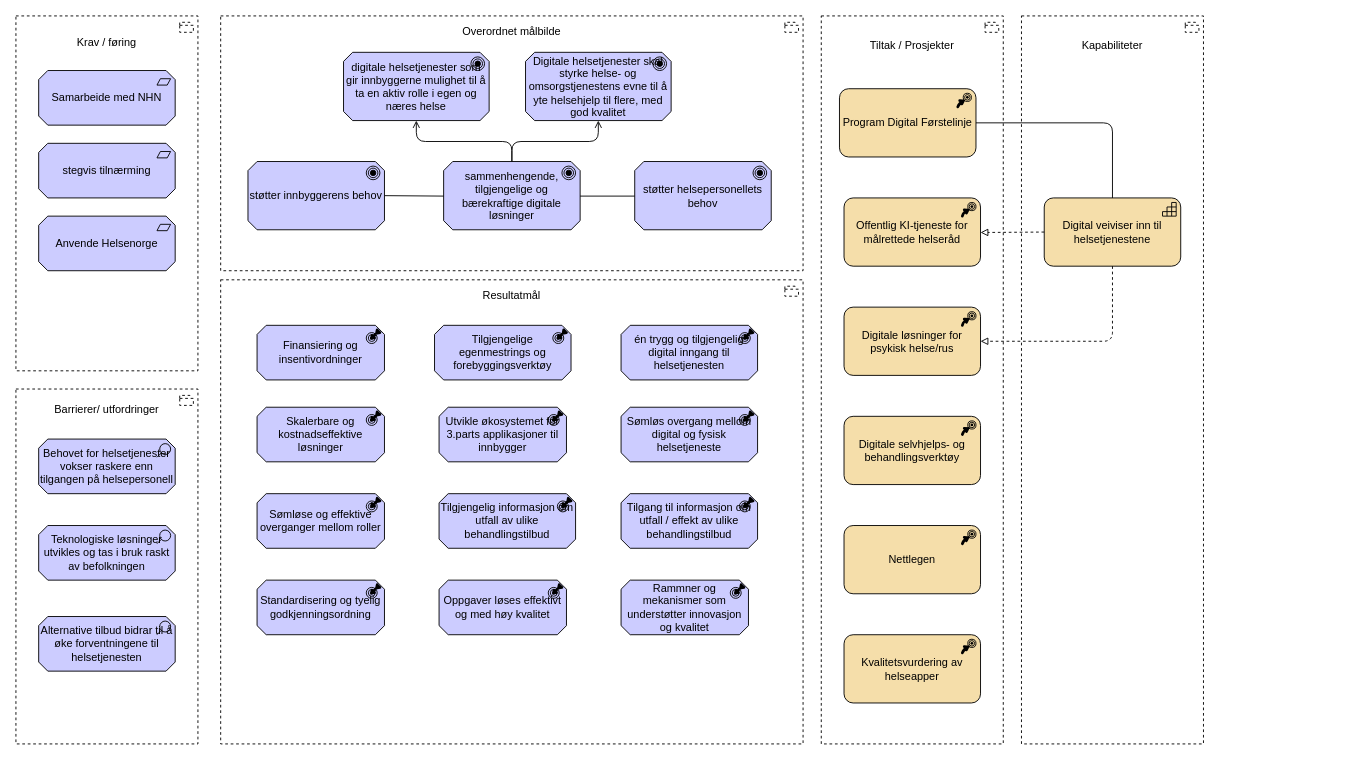
hdir/Digital-Forstelinje keeps this draw.io diagram as page "goals-program" (2 of 7) of docs/interessent/motivasjon-interessent.drawio. Above is the earlier version. Source tidied: cells renumbered, new cells numbered last; positions are measured from the earlier drawing's top-left corner, leaving out a move shared by most shapes. Both pictures are drawn from the tidied source at 91%, with x=0, y=0 at pixel (15, 15).
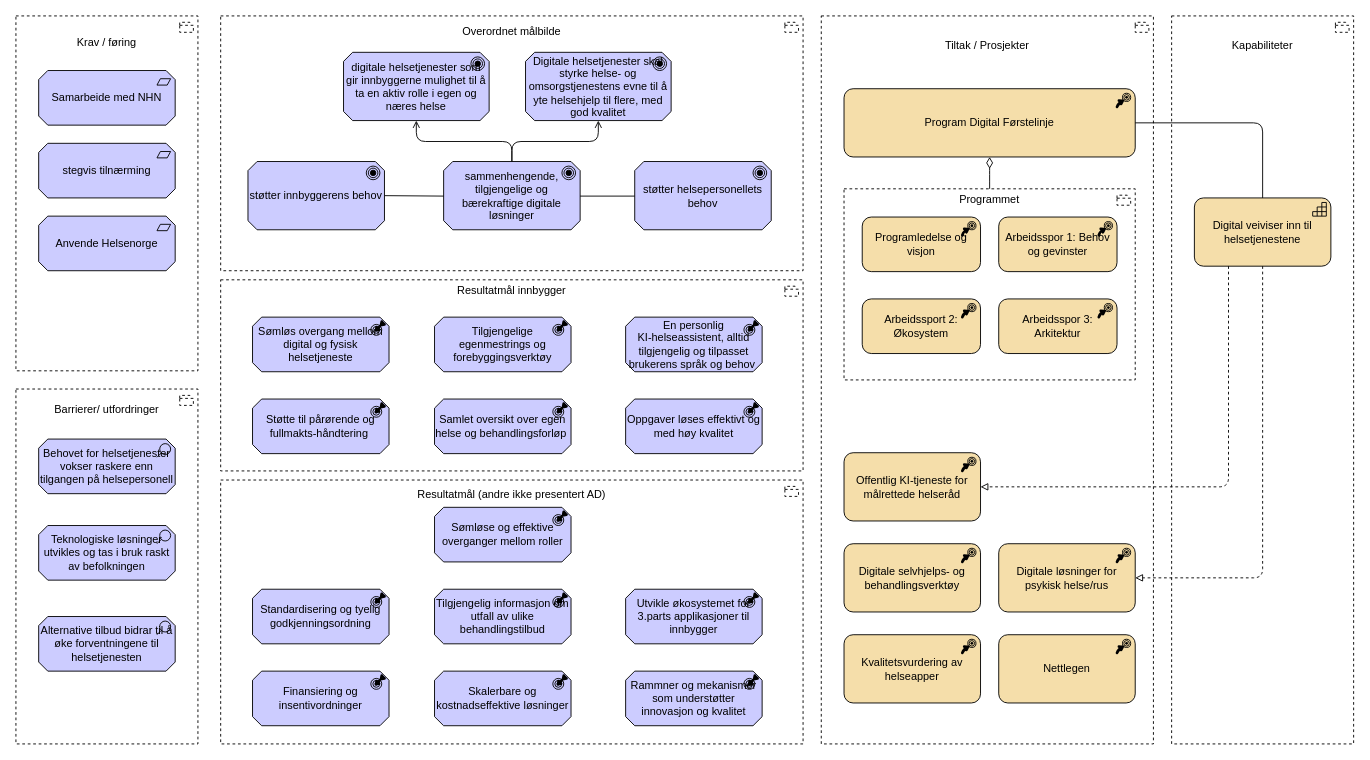
The same diagram, later.

The edit, as a diff of the source:
```diff
@@
     <mxCell id="2" value="Tiltak / Prosjekter&lt;div&gt;&lt;br&gt;&lt;/div&gt;&lt;div&gt;&lt;br&gt;&lt;/div&gt;&lt;div&gt;&lt;br&gt;&lt;/div&gt;&lt;div&gt;&lt;br&gt;&lt;/div&gt;&lt;div&gt;&lt;br&gt;&lt;/div&gt;&lt;div&gt;&lt;br&gt;&lt;/div&gt;&lt;div&gt;&lt;br&gt;&lt;/div&gt;&lt;div&gt;&lt;br&gt;&lt;/div&gt;&lt;div&gt;&lt;br&gt;&lt;/div&gt;&lt;div&gt;&lt;br&gt;&lt;/div&gt;&lt;div&gt;&lt;br&gt;&lt;/div&gt;&lt;div&gt;&lt;br&gt;&lt;/div&gt;&lt;div&gt;&lt;br&gt;&lt;/div&gt;&lt;div&gt;&lt;br&gt;&lt;/div&gt;&lt;div&gt;&lt;br&gt;&lt;/div&gt;&lt;div&gt;&lt;br&gt;&lt;/div&gt;&lt;div&gt;&lt;br&gt;&lt;/div&gt;&lt;div&gt;&lt;br&gt;&lt;/div&gt;&lt;div&gt;&lt;br&gt;&lt;/div&gt;&lt;div&gt;&lt;br&gt;&lt;/div&gt;&lt;div&gt;&lt;br&gt;&lt;/div&gt;&lt;div&gt;&lt;br&gt;&lt;/div&gt;&lt;div&gt;&lt;br&gt;&lt;/div&gt;&lt;div&gt;&lt;br&gt;&lt;/div&gt;&lt;div&gt;&lt;br&gt;&lt;/div&gt;&lt;div&gt;&lt;br&gt;&lt;/div&gt;&lt;div&gt;&lt;br&gt;&lt;/div&gt;&lt;div&gt;&lt;br&gt;&lt;/div&gt;&lt;div&gt;&lt;br&gt;&lt;/div&gt;&lt;div&gt;&lt;br&gt;&lt;/div&gt;&lt;div&gt;&lt;br&gt;&lt;/div&gt;&lt;div&gt;&lt;br&gt;&lt;/div&gt;&lt;div&gt;&lt;br&gt;&lt;/div&gt;&lt;div&gt;&lt;br&gt;&lt;/div&gt;&lt;div&gt;&lt;br&gt;&lt;/div&gt;&lt;div&gt;&lt;br&gt;&lt;/div&gt;&lt;div&gt;&lt;br&gt;&lt;/div&gt;&lt;div&gt;&lt;br&gt;&lt;/div&gt;&lt;div&gt;&lt;br&gt;&lt;/div&gt;&lt;div&gt;&lt;br&gt;&lt;/div&gt;&lt;div&gt;&lt;br&gt;&lt;/div&gt;&lt;div&gt;&lt;br&gt;&lt;/div&gt;&lt;div&gt;&lt;br&gt;&lt;/div&gt;&lt;div&gt;&lt;br&gt;&lt;/div&gt;&lt;div&gt;&lt;br&gt;&lt;/div&gt;&lt;div&gt;&lt;br&gt;&lt;/div&gt;&lt;div&gt;&lt;br&gt;&lt;/div&gt;&lt;div&gt;&lt;br&gt;&lt;/div&gt;&lt;div&gt;&lt;br&gt;&lt;/div&gt;&lt;div&gt;&lt;br&gt;&lt;/div&gt;&lt;div&gt;&lt;br&gt;&lt;/div&gt;" style="html=1;whiteSpace=wrap;shape=mxgraph.archimate3.application;appType=grouping;archiType=square;dashed=1;fillColor=none;" parent="1" vertex="1">
-      <mxGeometry x="885" width="200" height="800" as="geometry" />
+      <mxGeometry x="885" width="365" height="800" as="geometry" />
     </mxCell>
+    <mxCell id="45" value="&lt;div&gt;Programmet&lt;/div&gt;&lt;div&gt;&lt;br&gt;&lt;/div&gt;&lt;div&gt;&lt;br&gt;&lt;/div&gt;&lt;div&gt;&lt;br&gt;&lt;/div&gt;&lt;div&gt;&lt;br&gt;&lt;/div&gt;&lt;div&gt;&lt;br&gt;&lt;/div&gt;&lt;div&gt;&lt;br&gt;&lt;/div&gt;&lt;div&gt;&lt;br&gt;&lt;/div&gt;&lt;div&gt;&lt;br&gt;&lt;/div&gt;&lt;div&gt;&lt;br&gt;&lt;/div&gt;&lt;div&gt;&lt;br&gt;&lt;/div&gt;&lt;div&gt;&lt;br&gt;&lt;/div&gt;&lt;div&gt;&lt;br&gt;&lt;/div&gt;&lt;div&gt;&lt;br&gt;&lt;/div&gt;" style="html=1;outlineConnect=0;whiteSpace=wrap;shape=mxgraph.archimate3.application;appType=grouping;archiType=square;dashed=1;fillColor=none;" parent="1" vertex="1">
+      <mxGeometry x="910" y="190" width="320" height="210" as="geometry" />
+    </mxCell>
     <mxCell id="3" value="&lt;div&gt;Kapabiliteter&lt;/div&gt;&lt;div&gt;&lt;br&gt;&lt;/div&gt;&lt;div&gt;&lt;br&gt;&lt;/div&gt;&lt;div&gt;&lt;br&gt;&lt;/div&gt;&lt;div&gt;&lt;br&gt;&lt;/div&gt;&lt;div&gt;&lt;br&gt;&lt;/div&gt;&lt;div&gt;&lt;br&gt;&lt;/div&gt;&lt;div&gt;&lt;br&gt;&lt;/div&gt;&lt;div&gt;&lt;br&gt;&lt;/div&gt;&lt;div&gt;&lt;br&gt;&lt;/div&gt;&lt;div&gt;&lt;br&gt;&lt;/div&gt;&lt;div&gt;&lt;br&gt;&lt;/div&gt;&lt;div&gt;&lt;br&gt;&lt;/div&gt;&lt;div&gt;&lt;br&gt;&lt;/div&gt;&lt;div&gt;&lt;br&gt;&lt;/div&gt;&lt;div&gt;&lt;br&gt;&lt;/div&gt;&lt;div&gt;&lt;br&gt;&lt;/div&gt;&lt;div&gt;&lt;br&gt;&lt;/div&gt;&lt;div&gt;&lt;br&gt;&lt;/div&gt;&lt;div&gt;&lt;br&gt;&lt;/div&gt;&lt;div&gt;&lt;br&gt;&lt;/div&gt;&lt;div&gt;&lt;br&gt;&lt;/div&gt;&lt;div&gt;&lt;br&gt;&lt;/div&gt;&lt;div&gt;&lt;br&gt;&lt;/div&gt;&lt;div&gt;&lt;br&gt;&lt;/div&gt;&lt;div&gt;&lt;br&gt;&lt;/div&gt;&lt;div&gt;&lt;br&gt;&lt;/div&gt;&lt;div&gt;&lt;br&gt;&lt;/div&gt;&lt;div&gt;&lt;br&gt;&lt;/div&gt;&lt;div&gt;&lt;br&gt;&lt;/div&gt;&lt;div&gt;&lt;br&gt;&lt;/div&gt;&lt;div&gt;&lt;br&gt;&lt;/div&gt;&lt;div&gt;&lt;br&gt;&lt;/div&gt;&lt;div&gt;&lt;br&gt;&lt;/div&gt;&lt;div&gt;&lt;br&gt;&lt;/div&gt;&lt;div&gt;&lt;br&gt;&lt;/div&gt;&lt;div&gt;&lt;br&gt;&lt;/div&gt;&lt;div&gt;&lt;br&gt;&lt;/div&gt;&lt;div&gt;&lt;br&gt;&lt;/div&gt;&lt;div&gt;&lt;br&gt;&lt;/div&gt;&lt;div&gt;&lt;br&gt;&lt;/div&gt;&lt;div&gt;&lt;br&gt;&lt;/div&gt;&lt;div&gt;&lt;br&gt;&lt;/div&gt;&lt;div&gt;&lt;br&gt;&lt;/div&gt;&lt;div&gt;&lt;br&gt;&lt;/div&gt;&lt;div&gt;&lt;br&gt;&lt;/div&gt;&lt;div&gt;&lt;br&gt;&lt;/div&gt;&lt;div&gt;&lt;br&gt;&lt;/div&gt;&lt;div&gt;&lt;br&gt;&lt;/div&gt;&lt;div&gt;&lt;br&gt;&lt;/div&gt;&lt;div&gt;&lt;br&gt;&lt;/div&gt;&lt;div&gt;&lt;br&gt;&lt;/div&gt;" style="html=1;whiteSpace=wrap;shape=mxgraph.archimate3.application;appType=grouping;archiType=square;dashed=1;fillColor=none;" parent="1" vertex="1">
-      <mxGeometry x="1105" width="200" height="800" as="geometry" />
+      <mxGeometry x="1270" width="200" height="800" as="geometry" />
     </mxCell>
@@
-    <mxCell id="5" value="Resultatmål&lt;div&gt;&lt;br&gt;&lt;/div&gt;&lt;div&gt;&lt;br&gt;&lt;/div&gt;&lt;div&gt;&lt;br&gt;&lt;/div&gt;&lt;div&gt;&lt;br&gt;&lt;/div&gt;&lt;div&gt;&lt;br&gt;&lt;/div&gt;&lt;div&gt;&lt;br&gt;&lt;/div&gt;&lt;div&gt;&lt;br&gt;&lt;/div&gt;&lt;div&gt;&lt;br&gt;&lt;/div&gt;&lt;div&gt;&lt;br&gt;&lt;/div&gt;&lt;div&gt;&lt;br&gt;&lt;/div&gt;&lt;div&gt;&lt;br&gt;&lt;/div&gt;&lt;div&gt;&lt;br&gt;&lt;/div&gt;&lt;div&gt;&lt;br&gt;&lt;/div&gt;&lt;div&gt;&lt;br&gt;&lt;/div&gt;&lt;div&gt;&lt;br&gt;&lt;/div&gt;&lt;div&gt;&lt;br&gt;&lt;/div&gt;&lt;div&gt;&lt;br&gt;&lt;/div&gt;&lt;div&gt;&lt;br&gt;&lt;/div&gt;&lt;div&gt;&lt;br&gt;&lt;/div&gt;&lt;div&gt;&lt;br&gt;&lt;/div&gt;&lt;div&gt;&lt;br&gt;&lt;/div&gt;&lt;div&gt;&lt;br&gt;&lt;/div&gt;&lt;div&gt;&lt;br&gt;&lt;/div&gt;&lt;div&gt;&lt;br&gt;&lt;/div&gt;&lt;div&gt;&lt;br&gt;&lt;/div&gt;&lt;div&gt;&lt;br&gt;&lt;/div&gt;&lt;div&gt;&lt;br&gt;&lt;/div&gt;&lt;div&gt;&lt;br&gt;&lt;/div&gt;&lt;div&gt;&lt;br&gt;&lt;/div&gt;&lt;div&gt;&lt;br&gt;&lt;/div&gt;&lt;div&gt;&lt;br&gt;&lt;/div&gt;&lt;div&gt;&lt;br&gt;&lt;/div&gt;&lt;div&gt;&lt;br&gt;&lt;/div&gt;" style="html=1;whiteSpace=wrap;shape=mxgraph.archimate3.application;appType=grouping;archiType=square;dashed=1;fillColor=none;" parent="1" vertex="1">
-      <mxGeometry x="225" y="290" width="640" height="510" as="geometry" />
+    <mxCell id="5" value="Resultatmål innbygger&lt;div&gt;&lt;br&gt;&lt;/div&gt;&lt;div&gt;&lt;br&gt;&lt;/div&gt;&lt;div&gt;&lt;br&gt;&lt;/div&gt;&lt;div&gt;&lt;br&gt;&lt;/div&gt;&lt;div&gt;&lt;br&gt;&lt;/div&gt;&lt;div&gt;&lt;br&gt;&lt;/div&gt;&lt;div&gt;&lt;br&gt;&lt;/div&gt;&lt;div&gt;&lt;br&gt;&lt;/div&gt;&lt;div&gt;&lt;br&gt;&lt;/div&gt;&lt;div&gt;&lt;br&gt;&lt;/div&gt;&lt;div&gt;&lt;br&gt;&lt;/div&gt;&lt;div&gt;&lt;br&gt;&lt;/div&gt;&lt;div&gt;&lt;br&gt;&lt;/div&gt;" style="html=1;whiteSpace=wrap;shape=mxgraph.archimate3.application;appType=grouping;archiType=square;dashed=1;fillColor=none;" parent="1" vertex="1">
+      <mxGeometry x="225" y="290" width="640" height="210" as="geometry" />
     </mxCell>
     <mxCell id="6" value="&lt;span style=&quot;color: rgb(0, 0, 0);&quot;&gt;Sømløs overgang mellom digital og fysisk helsetjeneste&lt;/span&gt;" style="html=1;whiteSpace=wrap;fillColor=#CCCCFF;shape=mxgraph.archimate3.application;appType=outcome;archiType=oct;" parent="1" vertex="1">
-      <mxGeometry x="665" y="430" width="150" height="60" as="geometry" />
+      <mxGeometry x="260" y="331" width="150" height="60" as="geometry" />
     </mxCell>
     <mxCell id="7" value="Tilgjengelige egenmestrings og forebyggingsverktøy" style="html=1;whiteSpace=wrap;fillColor=#CCCCFF;shape=mxgraph.archimate3.application;appType=outcome;archiType=oct;" parent="1" vertex="1">
-      <mxGeometry x="460" y="340" width="150" height="60" as="geometry" />
+      <mxGeometry x="460" y="331" width="150" height="60" as="geometry" />
     </mxCell>
-    <mxCell id="8" value="én trygg og tilgjengelig digital inngang til helsetjenesten" style="html=1;whiteSpace=wrap;fillColor=#CCCCFF;shape=mxgraph.archimate3.application;appType=outcome;archiType=oct;" parent="1" vertex="1">
-      <mxGeometry x="665" y="340" width="150" height="60" as="geometry" />
+    <mxCell id="8" value="En personlig KI‑helseassistent, alltid tilgjengelig og tilpasset brukerens språk og behov&amp;nbsp;" style="html=1;whiteSpace=wrap;fillColor=#CCCCFF;shape=mxgraph.archimate3.application;appType=outcome;archiType=oct;" parent="1" vertex="1">
+      <mxGeometry x="670" y="331" width="150" height="60" as="geometry" />
     </mxCell>
@@
     <mxCell id="14" value="Offentlig KI-tjeneste for målrettede helseråd" style="html=1;outlineConnect=0;whiteSpace=wrap;fillColor=#F5DEAA;shape=mxgraph.archimate3.application;appType=course;archiType=rounded;" parent="1" vertex="1">
-      <mxGeometry x="910" y="200" width="150" height="75" as="geometry" />
+      <mxGeometry x="910" y="480" width="150" height="75" as="geometry" />
     </mxCell>
     <mxCell id="15" value="Digitale løsninger for psykisk helse/rus" style="html=1;outlineConnect=0;whiteSpace=wrap;fillColor=#F5DEAA;shape=mxgraph.archimate3.application;appType=course;archiType=rounded;" parent="1" vertex="1">
-      <mxGeometry x="910" y="320" width="150" height="75" as="geometry" />
+      <mxGeometry x="1080" y="580" width="150" height="75" as="geometry" />
     </mxCell>
     <mxCell id="16" value="Nettlegen" style="html=1;whiteSpace=wrap;fillColor=#F5DEAA;shape=mxgraph.archimate3.application;appType=course;archiType=rounded;" parent="1" vertex="1">
-      <mxGeometry x="910" y="560" width="150" height="75" as="geometry" />
+      <mxGeometry x="1080" y="680" width="150" height="75" as="geometry" />
     </mxCell>
@@
-    <mxCell id="20" value="Tilgang til informasjon om utfall / effekt av ulike behandlingstilbud" style="html=1;whiteSpace=wrap;fillColor=#CCCCFF;shape=mxgraph.archimate3.application;appType=outcome;archiType=oct;" parent="1" vertex="1">
-      <mxGeometry x="665" y="525" width="150" height="60" as="geometry" />
-    </mxCell>
     <mxCell id="21" value="Sømløse og effektive overganger mellom roller" style="html=1;whiteSpace=wrap;fillColor=#CCCCFF;shape=mxgraph.archimate3.application;appType=outcome;archiType=oct;" parent="1" vertex="1">
-      <mxGeometry x="265" y="525" width="140" height="60" as="geometry" />
+      <mxGeometry x="460" y="540" width="150" height="60" as="geometry" />
     </mxCell>
     <mxCell id="22" value="Oppgaver løses effektivt og med høy kvalitet" style="html=1;whiteSpace=wrap;fillColor=#CCCCFF;shape=mxgraph.archimate3.application;appType=outcome;archiType=oct;" parent="1" vertex="1">
-      <mxGeometry x="465" y="620" width="140" height="60" as="geometry" />
+      <mxGeometry x="670" y="421" width="150" height="60" as="geometry" />
     </mxCell>
-    <mxCell id="23" value="Tilgjengelig informasjon om utfall av ulike behandlingstilbud" style="html=1;whiteSpace=wrap;fillColor=#CCCCFF;shape=mxgraph.archimate3.application;appType=outcome;archiType=oct;" parent="1" vertex="1">
-      <mxGeometry x="465" y="525" width="150" height="60" as="geometry" />
-    </mxCell>
     <mxCell id="24" value="Standardisering og tyelig godkjenningsordning" style="html=1;whiteSpace=wrap;fillColor=#CCCCFF;shape=mxgraph.archimate3.application;appType=outcome;archiType=oct;" parent="1" vertex="1">
-      <mxGeometry x="265" y="620" width="140" height="60" as="geometry" />
+      <mxGeometry x="260" y="630" width="150" height="60" as="geometry" />
     </mxCell>
     <mxCell id="25" value="Finansiering og insentivordninger" style="html=1;whiteSpace=wrap;fillColor=#CCCCFF;shape=mxgraph.archimate3.application;appType=outcome;archiType=oct;" parent="1" vertex="1">
-      <mxGeometry x="265" y="340" width="140" height="60" as="geometry" />
+      <mxGeometry x="260" y="720" width="150" height="60" as="geometry" />
     </mxCell>
     <mxCell id="26" value="Skalerbare og kostnadseffektive løsninger" style="html=1;whiteSpace=wrap;fillColor=#CCCCFF;shape=mxgraph.archimate3.application;appType=outcome;archiType=oct;" parent="1" vertex="1">
-      <mxGeometry x="265" y="430" width="140" height="60" as="geometry" />
+      <mxGeometry x="460" y="720" width="150" height="60" as="geometry" />
     </mxCell>
     <mxCell id="27" value="Utvikle økosystemet for 3.parts applikasjoner til innbygger" style="html=1;whiteSpace=wrap;fillColor=#CCCCFF;shape=mxgraph.archimate3.application;appType=outcome;archiType=oct;" parent="1" vertex="1">
-      <mxGeometry x="465" y="430" width="140" height="60" as="geometry" />
+      <mxGeometry x="670" y="630" width="150" height="60" as="geometry" />
     </mxCell>
     <mxCell id="28" value="Rammner og mekanismer som understøtter innovasjon og kvalitet" style="html=1;whiteSpace=wrap;fillColor=#CCCCFF;shape=mxgraph.archimate3.application;appType=outcome;archiType=oct;" parent="1" vertex="1">
-      <mxGeometry x="665" y="620" width="140" height="60" as="geometry" />
+      <mxGeometry x="670" y="720" width="150" height="60" as="geometry" />
     </mxCell>
@@
     <mxCell id="30" value="&lt;span style=&quot;color: rgb(0, 0, 0);&quot;&gt;Digital veiviser inn til helsetjenestene&lt;/span&gt;" style="html=1;outlineConnect=0;whiteSpace=wrap;fillColor=#F5DEAA;shape=mxgraph.archimate3.application;appType=capability;archiType=rounded;" parent="1" vertex="1">
-      <mxGeometry x="1130" y="200" width="150" height="75" as="geometry" />
+      <mxGeometry x="1295" y="200" width="150" height="75" as="geometry" />
     </mxCell>
@@
-    <mxCell id="32" style="edgeStyle=elbowEdgeStyle;html=1;endArrow=block;elbow=vertical;endFill=0;dashed=1;entryX=1;entryY=0.5;entryDx=0;entryDy=0;entryPerimeter=0;exitX=0;exitY=0.5;exitDx=0;exitDy=0;exitPerimeter=0;" parent="1" edge="1" source="30" target="14">
+    <mxCell id="32" style="edgeStyle=orthogonalEdgeStyle;html=1;endArrow=block;elbow=vertical;endFill=0;dashed=1;entryX=1;entryY=0.5;entryDx=0;entryDy=0;entryPerimeter=0;exitX=0.25;exitY=1;exitDx=0;exitDy=0;exitPerimeter=0;" parent="1" edge="1" source="30" target="14">
       <mxGeometry relative="1" as="geometry" />
     </mxCell>
     <mxCell id="33" value="Program Digital Førstelinje" style="html=1;outlineConnect=0;whiteSpace=wrap;fillColor=#F5DEAA;shape=mxgraph.archimate3.application;appType=course;archiType=rounded;" parent="1" vertex="1">
-      <mxGeometry x="905" y="80" width="150" height="75" as="geometry" />
+      <mxGeometry x="910" y="80" width="320" height="75" as="geometry" />
     </mxCell>
@@
     <mxCell id="40" value="Digitale selvhjelps- og behandlingsverktøy" style="html=1;whiteSpace=wrap;fillColor=#F5DEAA;shape=mxgraph.archimate3.application;appType=course;archiType=rounded;" parent="1" vertex="1">
-      <mxGeometry x="910" y="440" width="150" height="75" as="geometry" />
+      <mxGeometry x="910" y="580" width="150" height="75" as="geometry" />
     </mxCell>
@@
+    <mxCell id="46" value="Programledelse og visjon" style="html=1;whiteSpace=wrap;fillColor=#F5DEAA;shape=mxgraph.archimate3.application;appType=course;archiType=rounded;" parent="1" vertex="1">
+      <mxGeometry x="930" y="221" width="130" height="60" as="geometry" />
+    </mxCell>
+    <mxCell id="47" value="Arbeidsspor 1: Behov og gevinster" style="html=1;whiteSpace=wrap;fillColor=#F5DEAA;shape=mxgraph.archimate3.application;appType=course;archiType=rounded;" parent="1" vertex="1">
+      <mxGeometry x="1080" y="221" width="130" height="60" as="geometry" />
+    </mxCell>
+    <mxCell id="48" value="Arbeidssport 2: Økosystem" style="html=1;whiteSpace=wrap;fillColor=#F5DEAA;shape=mxgraph.archimate3.application;appType=course;archiType=rounded;" parent="1" vertex="1">
+      <mxGeometry x="930" y="311" width="130" height="60" as="geometry" />
+    </mxCell>
+    <mxCell id="49" value="Arbeidsspor 3: Arkitektur" style="html=1;whiteSpace=wrap;fillColor=#F5DEAA;shape=mxgraph.archimate3.application;appType=course;archiType=rounded;" parent="1" vertex="1">
+      <mxGeometry x="1080" y="311" width="130" height="60" as="geometry" />
+    </mxCell>
+    <mxCell id="50" style="html=1;startArrow=diamondThin;startFill=0;edgeStyle=elbowEdgeStyle;elbow=vertical;startSize=10;endArrow=none;endFill=0;entryX=0.5;entryY=0;entryDx=0;entryDy=0;entryPerimeter=0;" parent="1" edge="1" source="33" target="45">
+      <mxGeometry relative="1" as="geometry" />
+    </mxCell>
+    <mxCell id="51" value="Samlet oversikt over egen helse og behandlingsforløp&amp;nbsp;" style="html=1;whiteSpace=wrap;fillColor=#CCCCFF;shape=mxgraph.archimate3.application;appType=outcome;archiType=oct;" parent="1" vertex="1">
+      <mxGeometry x="460" y="421" width="150" height="60" as="geometry" />
+    </mxCell>
+    <mxCell id="52" value="Støtte til pårørende og fullmakts-håndtering&amp;nbsp;" style="html=1;whiteSpace=wrap;fillColor=#CCCCFF;shape=mxgraph.archimate3.application;appType=outcome;archiType=oct;" parent="1" vertex="1">
+      <mxGeometry x="260" y="421" width="150" height="60" as="geometry" />
+    </mxCell>
+    <mxCell id="23" value="Tilgjengelig informasjon om utfall av ulike behandlingstilbud" style="html=1;whiteSpace=wrap;fillColor=#CCCCFF;shape=mxgraph.archimate3.application;appType=outcome;archiType=oct;" parent="1" vertex="1">
+      <mxGeometry x="460" y="630" width="150" height="60" as="geometry" />
+    </mxCell>
+    <mxCell id="53" value="Resultatmål (andre ikke presentert AD)&lt;div&gt;&lt;br&gt;&lt;/div&gt;&lt;div&gt;&lt;br&gt;&lt;/div&gt;&lt;div&gt;&lt;br&gt;&lt;/div&gt;&lt;div&gt;&lt;br&gt;&lt;/div&gt;&lt;div&gt;&lt;br&gt;&lt;/div&gt;&lt;div&gt;&lt;br&gt;&lt;/div&gt;&lt;div&gt;&lt;br&gt;&lt;/div&gt;&lt;div&gt;&lt;br&gt;&lt;/div&gt;&lt;div&gt;&lt;br&gt;&lt;/div&gt;&lt;div&gt;&lt;br&gt;&lt;/div&gt;&lt;div&gt;&lt;br&gt;&lt;/div&gt;&lt;div&gt;&lt;br&gt;&lt;/div&gt;&lt;div&gt;&lt;br&gt;&lt;/div&gt;&lt;div&gt;&lt;br&gt;&lt;/div&gt;&lt;div&gt;&lt;br&gt;&lt;/div&gt;&lt;div&gt;&lt;br&gt;&lt;/div&gt;&lt;div&gt;&lt;br&gt;&lt;/div&gt;&lt;div&gt;&lt;br&gt;&lt;/div&gt;" style="html=1;whiteSpace=wrap;shape=mxgraph.archimate3.application;appType=grouping;archiType=square;dashed=1;fillColor=none;" parent="1" vertex="1">
+      <mxGeometry x="225" y="510" width="640" height="290" as="geometry" />
+    </mxCell>
```
